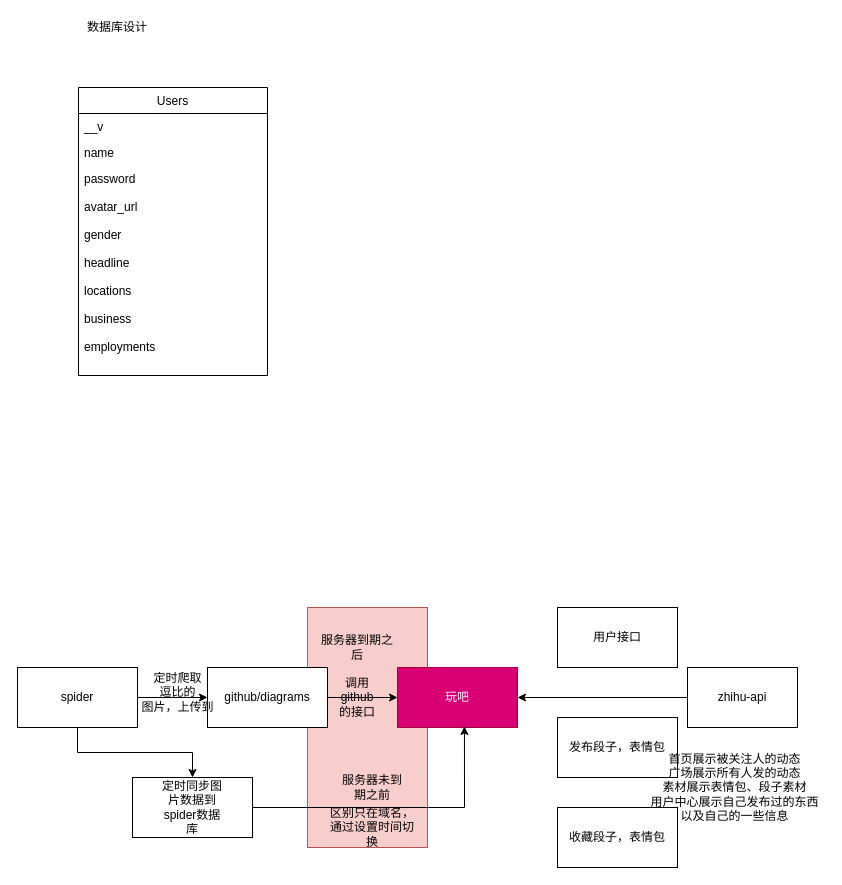
Above: uml/玩呢.drawio in Zenquan/diagrams (draw.io), before the change. Source tidied: cells renumbered, new cells numbered last; positions are measured from the earlier drawing's top-left corner, leaving out a move shared by most shapes. Both pictures are drawn from the tidied source at 100%, with x=0, y=0 at pixel (17, 17).
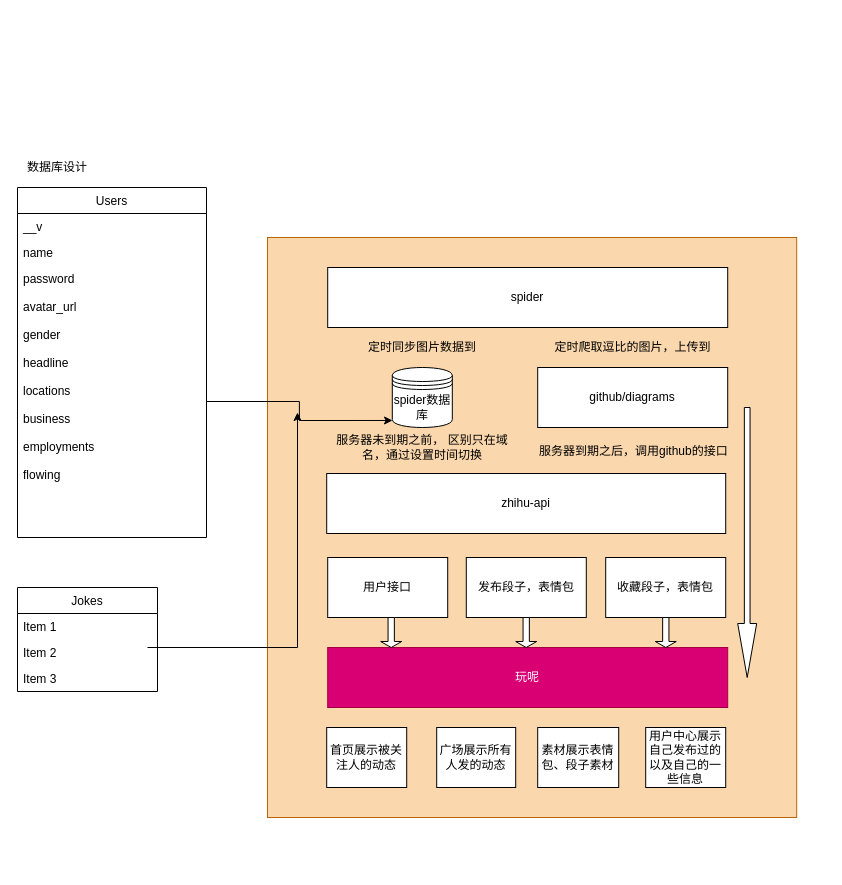
The same page after the edit.

The edit, as a diff of the source:
```diff
@@
-    <mxCell id="2" style="rounded=0;whiteSpace=wrap;html=1;fillColor=#f8cecc;strokeColor=#b85450;" parent="1" vertex="1">
-      <mxGeometry x="290" y="590" width="120" height="240" as="geometry" />
-    </mxCell>
+    <mxCell id="28" style="rounded=0;whiteSpace=wrap;html=1;fillColor=#fad7ac;strokeColor=#b46504;" parent="1" vertex="1">
+      <mxGeometry x="250" y="220" width="529.2" height="580" as="geometry" />
+    </mxCell>
     <mxCell id="3" value="数据库设计&lt;br&gt;" style="text;html=1;strokeColor=none;fillColor=none;align=center;verticalAlign=middle;whiteSpace=wrap;rounded=0;" parent="1" vertex="1">
-      <mxGeometry x="60" width="80" height="20" as="geometry" />
+      <mxGeometry y="140" width="80" height="20" as="geometry" />
     </mxCell>
     <mxCell id="4" value="Users" style="swimlane;fontStyle=0;horizontal=1;startSize=26;" parent="1" vertex="1">
-      <mxGeometry x="61" y="70" width="189" height="288" as="geometry" />
+      <mxGeometry y="170" width="189" height="350" as="geometry" />
     </mxCell>
@@
-    <mxCell id="7" value="password&#10;&#10;avatar_url&#10;&#10;gender&#10;&#10;headline&#10;&#10;locations&#10;&#10;business&#10;&#10;employments&#10;" style="text;strokeColor=none;fillColor=none;align=left;verticalAlign=top;spacingLeft=4;spacingRight=4;overflow=hidden;points=[[0,0.5],[1,0.5]];portConstraint=eastwest;" parent="4" vertex="1">
-      <mxGeometry y="78" width="189" height="210" as="geometry" />
+    <mxCell id="7" value="password&#10;&#10;avatar_url&#10;&#10;gender&#10;&#10;headline&#10;&#10;locations&#10;&#10;business&#10;&#10;employments&#10;&#10;flowing" style="text;strokeColor=none;fillColor=none;align=left;verticalAlign=top;spacingLeft=4;spacingRight=4;overflow=hidden;points=[[0,0.5],[1,0.5]];portConstraint=eastwest;" parent="4" vertex="1">
+      <mxGeometry y="78" width="189" height="272" as="geometry" />
     </mxCell>
-    <mxCell id="8" style="edgeStyle=orthogonalEdgeStyle;rounded=0;jettySize=auto;html=1;" parent="1" edge="1" source="10">
-      <mxGeometry relative="1" as="geometry">
-        <mxPoint x="190" y="680" as="targetPoint" />
-      </mxGeometry>
-    </mxCell>
-    <mxCell id="9" style="edgeStyle=orthogonalEdgeStyle;rounded=0;jettySize=auto;html=1;exitX=0.5;exitY=1;exitDx=0;exitDy=0;entryX=0.5;entryY=0;entryDx=0;entryDy=0;" parent="1" edge="1" source="10" target="17">
-      <mxGeometry relative="1" as="geometry" />
-    </mxCell>
-    <mxCell id="10" value="spider" style="rounded=0;whiteSpace=wrap;html=1;" parent="1" vertex="1">
-      <mxGeometry y="650" width="120" height="60" as="geometry" />
-    </mxCell>
-    <mxCell id="11" style="edgeStyle=orthogonalEdgeStyle;rounded=0;jettySize=auto;html=1;exitX=1;exitY=0.5;exitDx=0;exitDy=0;" parent="1" edge="1" source="12" target="14">
-      <mxGeometry relative="1" as="geometry" />
-    </mxCell>
-    <mxCell id="12" value="github/diagrams" style="rounded=0;whiteSpace=wrap;html=1;" parent="1" vertex="1">
-      <mxGeometry x="190" y="650" width="120" height="60" as="geometry" />
-    </mxCell>
-    <mxCell id="13" value="定时爬取&lt;br&gt;逗比的&lt;br&gt;图片，上传到" style="text;html=1;align=center;verticalAlign=middle;strokeColor=none;" parent="1" vertex="1">
-      <mxGeometry x="115" y="650" width="90" height="50" as="geometry" />
-    </mxCell>
-    <mxCell id="14" value="玩吧" style="rounded=0;whiteSpace=wrap;html=1;fillColor=#d80073;strokeColor=#A50040;fontColor=#ffffff;" parent="1" vertex="1">
-      <mxGeometry x="380" y="650" width="120" height="60" as="geometry" />
-    </mxCell>
-    <mxCell id="15" value="调用github的接口" style="text;html=1;strokeColor=none;fillColor=none;align=center;verticalAlign=middle;whiteSpace=wrap;rounded=0;" parent="1" vertex="1">
-      <mxGeometry x="320" y="670" width="40" height="20" as="geometry" />
-    </mxCell>
-    <mxCell id="16" style="edgeStyle=orthogonalEdgeStyle;rounded=0;jettySize=auto;html=1;exitX=1;exitY=0.5;exitDx=0;exitDy=0;entryX=0.558;entryY=0.983;entryDx=0;entryDy=0;entryPerimeter=0;" parent="1" edge="1" source="17" target="14">
-      <mxGeometry relative="1" as="geometry" />
-    </mxCell>
-    <mxCell id="17" style="rounded=0;whiteSpace=wrap;html=1;" parent="1" vertex="1">
-      <mxGeometry x="115" y="760" width="120" height="60" as="geometry" />
-    </mxCell>
-    <mxCell id="18" value="定时同步图片数据到spider数据库" style="text;html=1;strokeColor=none;fillColor=none;align=center;verticalAlign=middle;whiteSpace=wrap;rounded=0;" parent="1" vertex="1">
-      <mxGeometry x="140" y="780" width="70" height="20" as="geometry" />
-    </mxCell>
-    <mxCell id="19" value="服务器未到期之前" style="text;html=1;strokeColor=none;fillColor=none;align=center;verticalAlign=middle;whiteSpace=wrap;rounded=0;" parent="1" vertex="1">
-      <mxGeometry x="320" y="760" width="70" height="20" as="geometry" />
+    <mxCell id="19" value="服务器未到期之前， 区别只在域名，通过设置时间切换" style="text;html=1;strokeColor=none;fillColor=none;align=center;verticalAlign=middle;whiteSpace=wrap;rounded=0;" parent="1" vertex="1">
+      <mxGeometry x="310.2" y="420" width="190" height="20" as="geometry" />
     </mxCell>
-    <mxCell id="20" value="服务器到期之后" style="text;html=1;strokeColor=none;fillColor=none;align=center;verticalAlign=middle;whiteSpace=wrap;rounded=0;" parent="1" vertex="1">
-      <mxGeometry x="300" y="620" width="80" height="20" as="geometry" />
-    </mxCell>
-    <mxCell id="21" value="区别只在域名，通过设置时间切换" style="text;html=1;strokeColor=none;fillColor=none;align=center;verticalAlign=middle;whiteSpace=wrap;rounded=0;" parent="1" vertex="1">
-      <mxGeometry x="310" y="800" width="90" height="20" as="geometry" />
-    </mxCell>
-    <mxCell id="22" style="edgeStyle=orthogonalEdgeStyle;rounded=0;jettySize=auto;html=1;exitX=0;exitY=0.5;exitDx=0;exitDy=0;" parent="1" edge="1" source="23" target="14">
-      <mxGeometry relative="1" as="geometry" />
-    </mxCell>
     <mxCell id="23" value="zhihu-api" style="rounded=0;whiteSpace=wrap;html=1;" parent="1" vertex="1">
-      <mxGeometry x="670" y="650" width="110" height="60" as="geometry" />
+      <mxGeometry x="309.2" y="456" width="399" height="60" as="geometry" />
     </mxCell>
     <mxCell id="24" value="用户接口" style="rounded=0;whiteSpace=wrap;html=1;" parent="1" vertex="1">
-      <mxGeometry x="540" y="590" width="120" height="60" as="geometry" />
+      <mxGeometry x="310.2" y="540" width="120" height="60" as="geometry" />
     </mxCell>
     <mxCell id="25" value="发布段子，表情包" style="rounded=0;whiteSpace=wrap;html=1;" parent="1" vertex="1">
-      <mxGeometry x="540" y="700" width="120" height="60" as="geometry" />
+      <mxGeometry x="448.8" y="540" width="120" height="60" as="geometry" />
     </mxCell>
     <mxCell id="26" value="收藏段子，表情包" style="rounded=0;whiteSpace=wrap;html=1;" parent="1" vertex="1">
-      <mxGeometry x="540" y="790" width="120" height="60" as="geometry" />
+      <mxGeometry x="588.2" y="540" width="120" height="60" as="geometry" />
     </mxCell>
-    <mxCell id="27" value="首页展示被关注人的动态&lt;br&gt;广场展示所有人发的动态&lt;br&gt;素材展示表情包、段子素材&lt;br&gt;用户中心展示自己发布过的东西&lt;br&gt;以及自己的一些信息" style="text;html=1;align=center;verticalAlign=middle;strokeColor=none;" parent="1" vertex="1">
-      <mxGeometry x="627" y="730" width="180" height="80" as="geometry" />
-    </mxCell>
+    <mxCell id="29" value="Jokes" style="swimlane;fontStyle=0;horizontal=1;startSize=26;" parent="1" vertex="1">
+      <mxGeometry y="570" width="140" height="104" as="geometry" />
+    </mxCell>
+    <mxCell id="30" value="Item 1" style="text;strokeColor=none;fillColor=none;align=left;verticalAlign=top;spacingLeft=4;spacingRight=4;overflow=hidden;" parent="29" vertex="1">
+      <mxGeometry y="26" width="140" height="26" as="geometry" />
+    </mxCell>
+    <mxCell id="31" value="Item 2" style="text;strokeColor=none;fillColor=none;align=left;verticalAlign=top;spacingLeft=4;spacingRight=4;overflow=hidden;" parent="29" vertex="1">
+      <mxGeometry y="52" width="140" height="26" as="geometry" />
+    </mxCell>
+    <mxCell id="32" value="Item 3" style="text;strokeColor=none;fillColor=none;align=left;verticalAlign=top;spacingLeft=4;spacingRight=4;overflow=hidden;" parent="29" vertex="1">
+      <mxGeometry y="78" width="140" height="26" as="geometry" />
+    </mxCell>
+    <mxCell id="33" value="玩呢" style="rounded=0;whiteSpace=wrap;html=1;fillColor=#d80073;strokeColor=#A50040;fontColor=#ffffff;" parent="1" vertex="1">
+      <mxGeometry x="310.2" y="630" width="400" height="60" as="geometry" />
+    </mxCell>
+    <mxCell id="12" value="github/diagrams" style="rounded=0;whiteSpace=wrap;html=1;" parent="1" vertex="1">
+      <mxGeometry x="520.2" y="350" width="190" height="60" as="geometry" />
+    </mxCell>
+    <mxCell id="34" value="&lt;span style=&quot;font-family: &amp;#34;helvetica&amp;#34; ; text-align: center&quot;&gt;服务器到期之后，&lt;/span&gt;&lt;span style=&quot;text-align: center&quot;&gt;调用github的接口&lt;/span&gt;" style="text;whiteSpace=wrap;html=1;" parent="1" vertex="1">
+      <mxGeometry x="520.2" y="420" width="200" height="40" as="geometry" />
+    </mxCell>
+    <mxCell id="10" value="spider" style="rounded=0;whiteSpace=wrap;html=1;" parent="1" vertex="1">
+      <mxGeometry x="310.2" y="250" width="400" height="60" as="geometry" />
+    </mxCell>
+    <mxCell id="35" value="定时爬取逗比的图片，上传到" style="text;html=1;align=center;verticalAlign=middle;strokeColor=none;" parent="1" vertex="1">
+      <mxGeometry x="530.2" y="320" width="170" height="20" as="geometry" />
+    </mxCell>
+    <mxCell id="36" value="首页展示被关注人的动态" style="rounded=0;whiteSpace=wrap;html=1;" parent="1" vertex="1">
+      <mxGeometry x="309.2" y="710" width="80" height="60" as="geometry" />
+    </mxCell>
+    <mxCell id="37" value="广场展示所有人发的动态" style="rounded=0;whiteSpace=wrap;html=1;" parent="1" vertex="1">
+      <mxGeometry x="419.2" y="710" width="79" height="60" as="geometry" />
+    </mxCell>
+    <mxCell id="38" value="素材展示表情包、段子素材" style="rounded=0;whiteSpace=wrap;html=1;" parent="1" vertex="1">
+      <mxGeometry x="520.2" y="710" width="81" height="60" as="geometry" />
+    </mxCell>
+    <mxCell id="39" value="用户中心展示自己发布过的&lt;br&gt;以及自己的一些信息" style="rounded=0;whiteSpace=wrap;html=1;" parent="1" vertex="1">
+      <mxGeometry x="628.2" y="710" width="80" height="60" as="geometry" />
+    </mxCell>
+    <mxCell id="40" value="&lt;span style=&quot;font-family: &amp;#34;helvetica&amp;#34;&quot;&gt;定时同步图片数据到&lt;/span&gt;" style="text;html=1;strokeColor=none;fillColor=none;align=center;verticalAlign=middle;whiteSpace=wrap;rounded=0;" parent="1" vertex="1">
+      <mxGeometry x="350.2" y="320" width="110" height="20" as="geometry" />
+    </mxCell>
+    <mxCell id="41" value="&lt;span&gt;spider数据库&lt;/span&gt;" style="shape=datastore;whiteSpace=wrap;html=1;" parent="1" vertex="1">
+      <mxGeometry x="374.8" y="350" width="60" height="60" as="geometry" />
+    </mxCell>
+    <mxCell id="42" style="shape=singleArrow;direction=south;whiteSpace=wrap;html=1;" parent="1" vertex="1">
+      <mxGeometry x="498.2" y="600" width="21" height="30" as="geometry" />
+    </mxCell>
+    <mxCell id="43" style="shape=singleArrow;direction=south;whiteSpace=wrap;html=1;" parent="1" vertex="1">
+      <mxGeometry x="363.2" y="600" width="21" height="30" as="geometry" />
+    </mxCell>
+    <mxCell id="44" style="shape=singleArrow;direction=south;whiteSpace=wrap;html=1;" parent="1" vertex="1">
+      <mxGeometry x="637.8" y="600" width="21" height="30" as="geometry" />
+    </mxCell>
+    <mxCell id="45" style="shape=singleArrow;direction=south;whiteSpace=wrap;html=1;" parent="1" vertex="1">
+      <mxGeometry x="720.2" y="390" width="19" height="270" as="geometry" />
+    </mxCell>
+    <mxCell id="46" style="edgeStyle=orthogonalEdgeStyle;rounded=0;jettySize=auto;html=1;exitX=1;exitY=0.5;exitDx=0;exitDy=0;entryX=0.004;entryY=0.883;entryDx=0;entryDy=0;entryPerimeter=0;" parent="1" edge="1" source="7" target="41">
+      <mxGeometry relative="1" as="geometry" />
+    </mxCell>
+    <mxCell id="47" style="edgeStyle=orthogonalEdgeStyle;rounded=0;orthogonalLoop=1;jettySize=auto;html=1;exitX=1;exitY=0.5;exitDx=0;exitDy=0;" parent="1" edge="1">
+      <mxGeometry relative="1" as="geometry">
+        <mxPoint x="130" y="630" as="sourcePoint" />
+        <mxPoint x="280" y="395" as="targetPoint" />
+        <Array as="points">
+          <mxPoint x="280" y="630" />
+        </Array>
+      </mxGeometry>
+    </mxCell>
```
